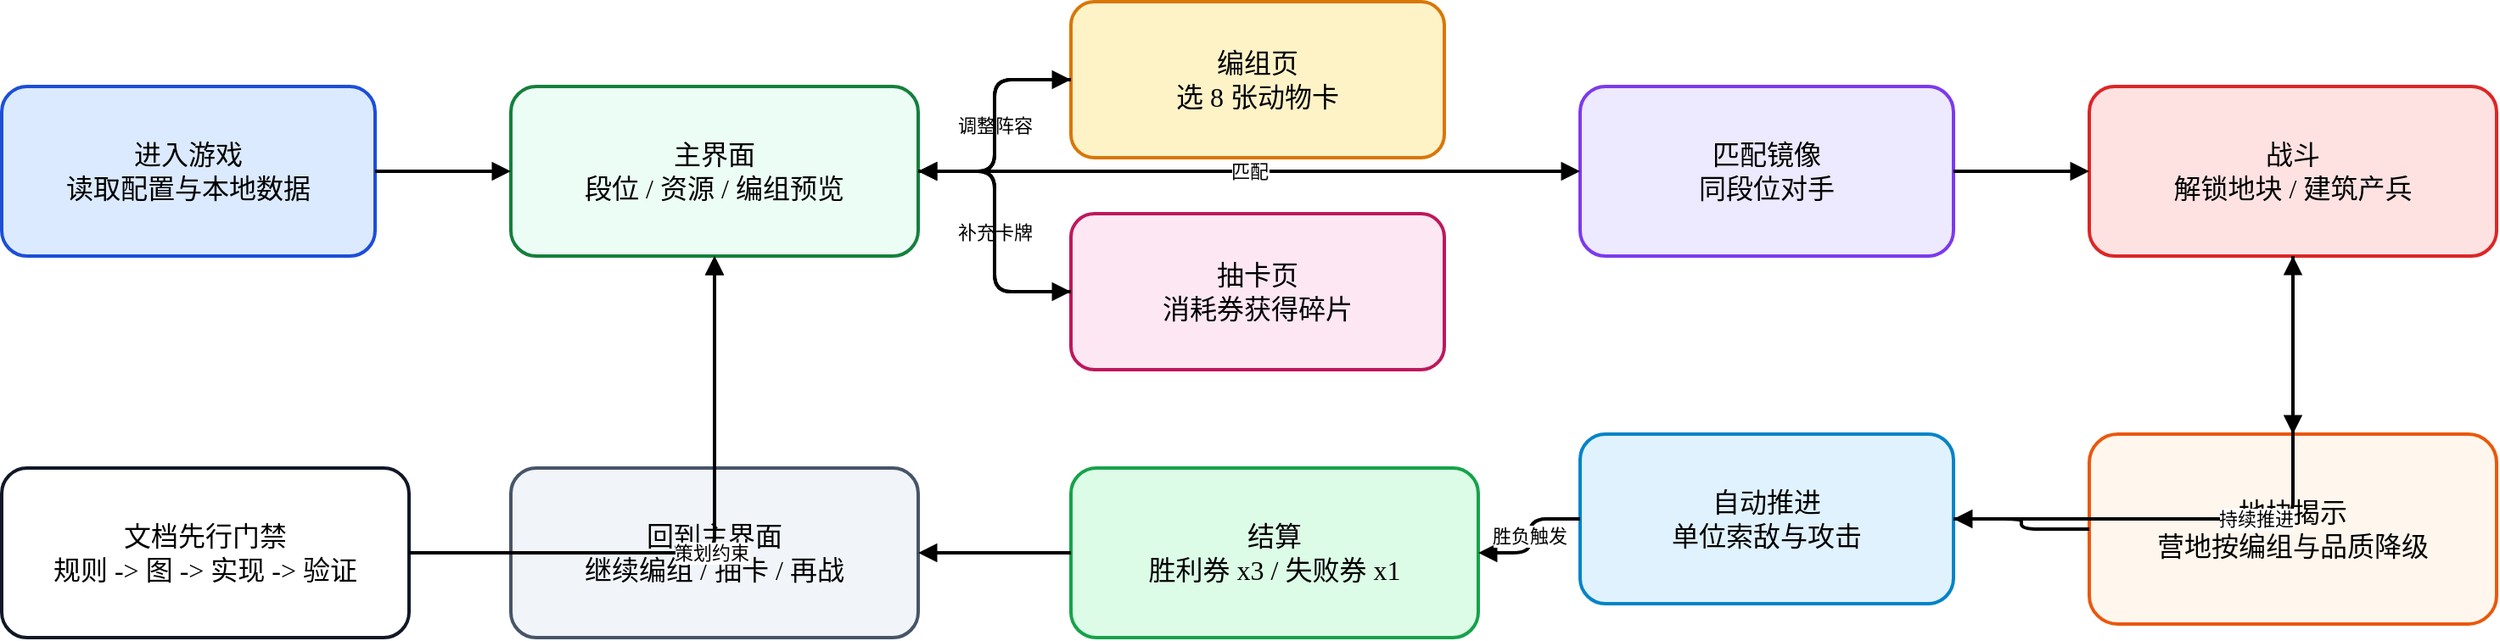
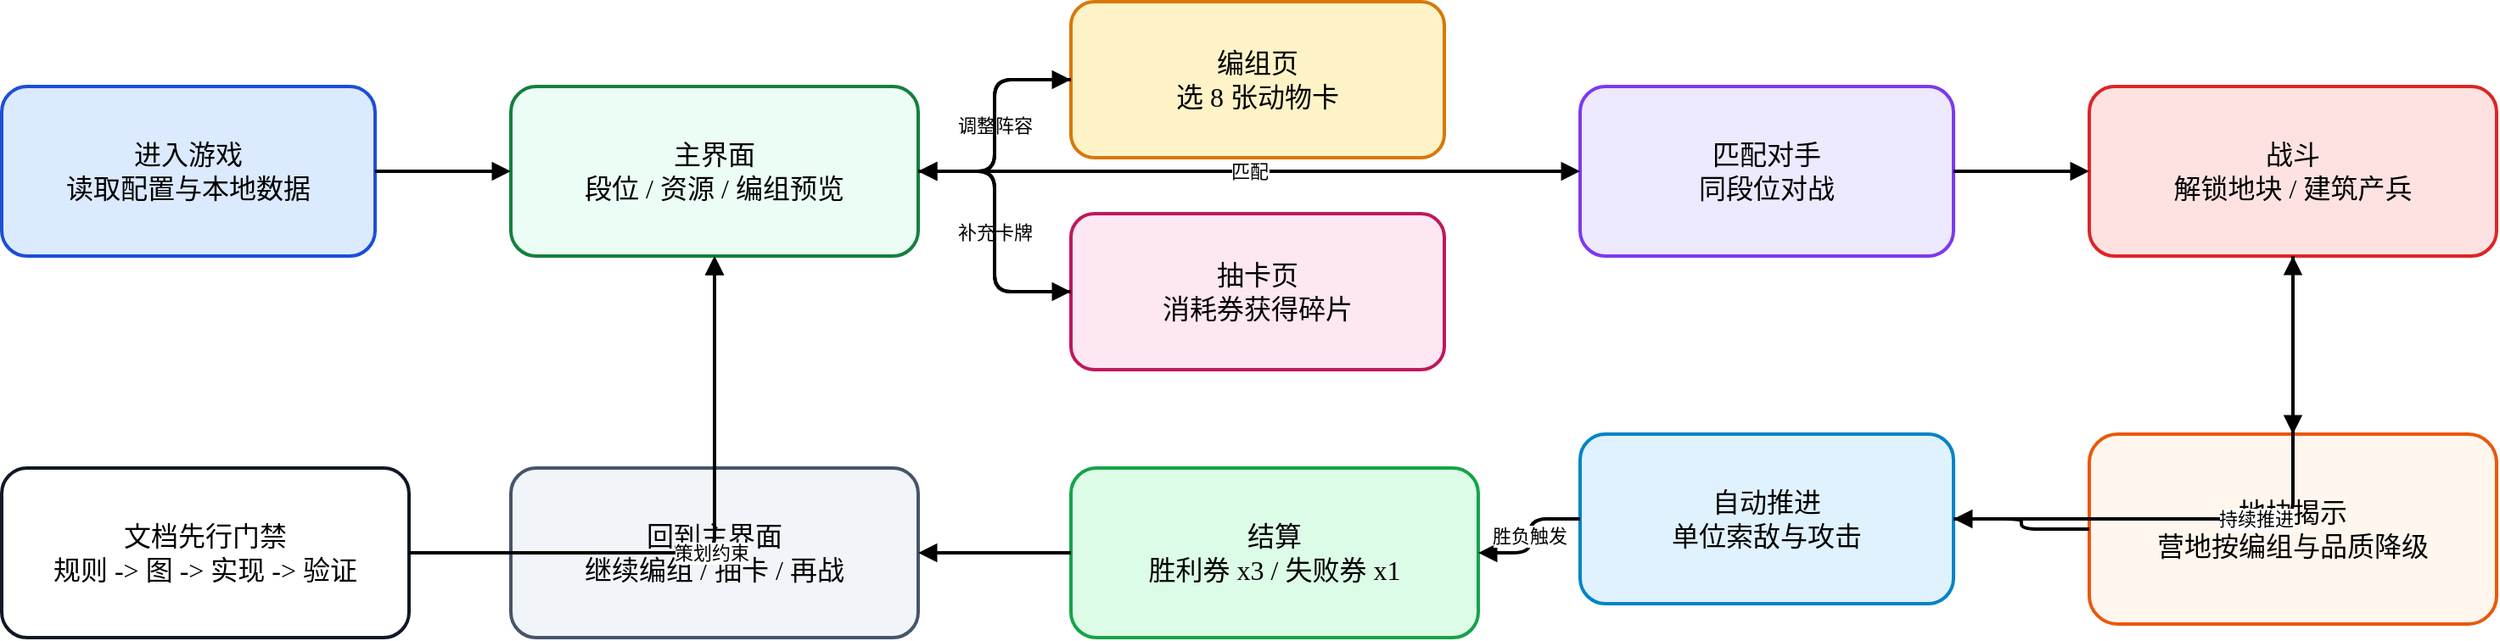
<?xml version='1.0' encoding='utf-8'?>
- <mxfile host="app.diagrams.net" type="device"><diagram name="当前玩法流程图"><mxGraphModel dx="1600" dy="960" grid="1" gridSize="10" guides="1" tooltips="1" connect="1" arrows="1" fold="1" page="1" pageScale="1" pageWidth="1600" pageHeight="960" math="0" shadow="0"><root><mxCell id="0" /><mxCell id="1" parent="0" /><mxCell id="start" value="进入游戏&lt;br&gt;读取配置与本地数据" style="rounded=1;whiteSpace=wrap;html=1;fontFamily=Microsoft YaHei;fontSize=16;fillColor=#DBEAFE;strokeColor=#1D4ED8;strokeWidth=2;" vertex="1" parent="1"><mxGeometry x="70" y="110" width="220" height="100" as="geometry" /></mxCell><mxCell id="lobby" value="主界面&lt;br&gt;段位 / 资源 / 编组预览" style="rounded=1;whiteSpace=wrap;html=1;fontFamily=Microsoft YaHei;fontSize=16;fillColor=#ECFDF5;strokeColor=#15803D;strokeWidth=2;" vertex="1" parent="1"><mxGeometry x="370" y="110" width="240" height="100" as="geometry" /></mxCell><mxCell id="deck" value="编组页&lt;br&gt;选 8 张动物卡" style="rounded=1;whiteSpace=wrap;html=1;fontFamily=Microsoft YaHei;fontSize=16;fillColor=#FEF3C7;strokeColor=#D97706;strokeWidth=2;" vertex="1" parent="1"><mxGeometry x="700" y="60" width="220" height="92" as="geometry" /></mxCell><mxCell id="gacha" value="抽卡页&lt;br&gt;消耗券获得碎片" style="rounded=1;whiteSpace=wrap;html=1;fontFamily=Microsoft YaHei;fontSize=16;fillColor=#FCE7F3;strokeColor=#BE185D;strokeWidth=2;" vertex="1" parent="1"><mxGeometry x="700" y="185" width="220" height="92" as="geometry" /></mxCell><mxCell id="match" value="匹配镜像&lt;br&gt;同段位对手" style="rounded=1;whiteSpace=wrap;html=1;fontFamily=Microsoft YaHei;fontSize=16;fillColor=#EDE9FE;strokeColor=#7C3AED;strokeWidth=2;" vertex="1" parent="1"><mxGeometry x="1000" y="110" width="220" height="100" as="geometry" /></mxCell><mxCell id="battle" value="战斗&lt;br&gt;解锁地块 / 建筑产兵" style="rounded=1;whiteSpace=wrap;html=1;fontFamily=Microsoft YaHei;fontSize=16;fillColor=#FEE2E2;strokeColor=#DC2626;strokeWidth=2;" vertex="1" parent="1"><mxGeometry x="1300" y="110" width="240" height="100" as="geometry" /></mxCell><mxCell id="unlock" value="地块揭示&lt;br&gt;营地按编组与品质降级" style="rounded=1;whiteSpace=wrap;html=1;fontFamily=Microsoft YaHei;fontSize=16;fillColor=#FFF7ED;strokeColor=#EA580C;strokeWidth=2;" vertex="1" parent="1"><mxGeometry x="1300" y="315" width="240" height="112" as="geometry" /></mxCell><mxCell id="auto" value="自动推进&lt;br&gt;单位索敌与攻击" style="rounded=1;whiteSpace=wrap;html=1;fontFamily=Microsoft YaHei;fontSize=16;fillColor=#E0F2FE;strokeColor=#0284C7;strokeWidth=2;" vertex="1" parent="1"><mxGeometry x="1000" y="315" width="220" height="100" as="geometry" /></mxCell><mxCell id="result" value="结算&lt;br&gt;胜利券 x3 / 失败券 x1" style="rounded=1;whiteSpace=wrap;html=1;fontFamily=Microsoft YaHei;fontSize=16;fillColor=#DCFCE7;strokeColor=#16A34A;strokeWidth=2;" vertex="1" parent="1"><mxGeometry x="700" y="335" width="240" height="100" as="geometry" /></mxCell><mxCell id="save" value="回到主界面&lt;br&gt;继续编组 / 抽卡 / 再战" style="rounded=1;whiteSpace=wrap;html=1;fontFamily=Microsoft YaHei;fontSize=16;fillColor=#F1F5F9;strokeColor=#475569;strokeWidth=2;" vertex="1" parent="1"><mxGeometry x="370" y="335" width="240" height="100" as="geometry" /></mxCell><mxCell id="doc" value="文档先行门禁&lt;br&gt;规则 -&amp;gt; 图 -&amp;gt; 实现 -&amp;gt; 验证" style="rounded=1;whiteSpace=wrap;html=1;fontFamily=Microsoft YaHei;fontSize=16;fillColor=#FFFFFF;strokeColor=#111827;strokeWidth=2;" vertex="1" parent="1"><mxGeometry x="70" y="335" width="240" height="100" as="geometry" /></mxCell><mxCell id="edge_0" value="" style="edgeStyle=orthogonalEdgeStyle;rounded=1;orthogonalLoop=1;jettySize=auto;html=1;strokeWidth=2;endArrow=block;" edge="1" parent="1" source="start" target="lobby"><mxGeometry relative="1" as="geometry" /></mxCell><mxCell id="edge_1" value="调整阵容" style="edgeStyle=orthogonalEdgeStyle;rounded=1;orthogonalLoop=1;jettySize=auto;html=1;strokeWidth=2;endArrow=block;" edge="1" parent="1" source="lobby" target="deck"><mxGeometry relative="1" as="geometry" /></mxCell><mxCell id="edge_2" value="" style="edgeStyle=orthogonalEdgeStyle;rounded=1;orthogonalLoop=1;jettySize=auto;html=1;strokeWidth=2;endArrow=block;" edge="1" parent="1" source="deck" target="lobby"><mxGeometry relative="1" as="geometry" /></mxCell><mxCell id="edge_3" value="补充卡牌" style="edgeStyle=orthogonalEdgeStyle;rounded=1;orthogonalLoop=1;jettySize=auto;html=1;strokeWidth=2;endArrow=block;" edge="1" parent="1" source="lobby" target="gacha"><mxGeometry relative="1" as="geometry" /></mxCell><mxCell id="edge_4" value="" style="edgeStyle=orthogonalEdgeStyle;rounded=1;orthogonalLoop=1;jettySize=auto;html=1;strokeWidth=2;endArrow=block;" edge="1" parent="1" source="gacha" target="lobby"><mxGeometry relative="1" as="geometry" /></mxCell><mxCell id="edge_5" value="匹配" style="edgeStyle=orthogonalEdgeStyle;rounded=1;orthogonalLoop=1;jettySize=auto;html=1;strokeWidth=2;endArrow=block;" edge="1" parent="1" source="lobby" target="match"><mxGeometry relative="1" as="geometry" /></mxCell><mxCell id="edge_6" value="" style="edgeStyle=orthogonalEdgeStyle;rounded=1;orthogonalLoop=1;jettySize=auto;html=1;strokeWidth=2;endArrow=block;" edge="1" parent="1" source="match" target="battle"><mxGeometry relative="1" as="geometry" /></mxCell><mxCell id="edge_7" value="" style="edgeStyle=orthogonalEdgeStyle;rounded=1;orthogonalLoop=1;jettySize=auto;html=1;strokeWidth=2;endArrow=block;" edge="1" parent="1" source="battle" target="unlock"><mxGeometry relative="1" as="geometry" /></mxCell><mxCell id="edge_8" value="" style="edgeStyle=orthogonalEdgeStyle;rounded=1;orthogonalLoop=1;jettySize=auto;html=1;strokeWidth=2;endArrow=block;" edge="1" parent="1" source="unlock" target="auto"><mxGeometry relative="1" as="geometry" /></mxCell><mxCell id="edge_9" value="持续推进" style="edgeStyle=orthogonalEdgeStyle;rounded=1;orthogonalLoop=1;jettySize=auto;html=1;strokeWidth=2;endArrow=block;" edge="1" parent="1" source="auto" target="battle"><mxGeometry relative="1" as="geometry" /></mxCell><mxCell id="edge_10" value="胜负触发" style="edgeStyle=orthogonalEdgeStyle;rounded=1;orthogonalLoop=1;jettySize=auto;html=1;strokeWidth=2;endArrow=block;" edge="1" parent="1" source="auto" target="result"><mxGeometry relative="1" as="geometry" /></mxCell><mxCell id="edge_11" value="" style="edgeStyle=orthogonalEdgeStyle;rounded=1;orthogonalLoop=1;jettySize=auto;html=1;strokeWidth=2;endArrow=block;" edge="1" parent="1" source="result" target="save"><mxGeometry relative="1" as="geometry" /></mxCell><mxCell id="edge_12" value="" style="edgeStyle=orthogonalEdgeStyle;rounded=1;orthogonalLoop=1;jettySize=auto;html=1;strokeWidth=2;endArrow=block;" edge="1" parent="1" source="save" target="lobby"><mxGeometry relative="1" as="geometry" /></mxCell><mxCell id="edge_13" value="策划约束" style="edgeStyle=orthogonalEdgeStyle;rounded=1;orthogonalLoop=1;jettySize=auto;html=1;strokeWidth=2;endArrow=block;" edge="1" parent="1" source="doc" target="lobby"><mxGeometry relative="1" as="geometry" /></mxCell></root></mxGraphModel></diagram></mxfile>+ <mxfile host="app.diagrams.net" type="device"><diagram name="当前玩法流程图"><mxGraphModel dx="1600" dy="960" grid="1" gridSize="10" guides="1" tooltips="1" connect="1" arrows="1" fold="1" page="1" pageScale="1" pageWidth="1600" pageHeight="960" math="0" shadow="0"><root><mxCell id="0" /><mxCell id="1" parent="0" /><mxCell id="start" value="进入游戏&lt;br&gt;读取配置与本地数据" style="rounded=1;whiteSpace=wrap;html=1;fontFamily=Microsoft YaHei;fontSize=16;fillColor=#DBEAFE;strokeColor=#1D4ED8;strokeWidth=2;" vertex="1" parent="1"><mxGeometry x="70" y="110" width="220" height="100" as="geometry" /></mxCell><mxCell id="lobby" value="主界面&lt;br&gt;段位 / 资源 / 编组预览" style="rounded=1;whiteSpace=wrap;html=1;fontFamily=Microsoft YaHei;fontSize=16;fillColor=#ECFDF5;strokeColor=#15803D;strokeWidth=2;" vertex="1" parent="1"><mxGeometry x="370" y="110" width="240" height="100" as="geometry" /></mxCell><mxCell id="deck" value="编组页&lt;br&gt;选 8 张动物卡" style="rounded=1;whiteSpace=wrap;html=1;fontFamily=Microsoft YaHei;fontSize=16;fillColor=#FEF3C7;strokeColor=#D97706;strokeWidth=2;" vertex="1" parent="1"><mxGeometry x="700" y="60" width="220" height="92" as="geometry" /></mxCell><mxCell id="gacha" value="抽卡页&lt;br&gt;消耗券获得碎片" style="rounded=1;whiteSpace=wrap;html=1;fontFamily=Microsoft YaHei;fontSize=16;fillColor=#FCE7F3;strokeColor=#BE185D;strokeWidth=2;" vertex="1" parent="1"><mxGeometry x="700" y="185" width="220" height="92" as="geometry" /></mxCell><mxCell id="match" value="匹配对手&lt;br&gt;同段位对战" style="rounded=1;whiteSpace=wrap;html=1;fontFamily=Microsoft YaHei;fontSize=16;fillColor=#EDE9FE;strokeColor=#7C3AED;strokeWidth=2;" vertex="1" parent="1"><mxGeometry x="1000" y="110" width="220" height="100" as="geometry" /></mxCell><mxCell id="battle" value="战斗&lt;br&gt;解锁地块 / 建筑产兵" style="rounded=1;whiteSpace=wrap;html=1;fontFamily=Microsoft YaHei;fontSize=16;fillColor=#FEE2E2;strokeColor=#DC2626;strokeWidth=2;" vertex="1" parent="1"><mxGeometry x="1300" y="110" width="240" height="100" as="geometry" /></mxCell><mxCell id="unlock" value="地块揭示&lt;br&gt;营地按编组与品质降级" style="rounded=1;whiteSpace=wrap;html=1;fontFamily=Microsoft YaHei;fontSize=16;fillColor=#FFF7ED;strokeColor=#EA580C;strokeWidth=2;" vertex="1" parent="1"><mxGeometry x="1300" y="315" width="240" height="112" as="geometry" /></mxCell><mxCell id="auto" value="自动推进&lt;br&gt;单位索敌与攻击" style="rounded=1;whiteSpace=wrap;html=1;fontFamily=Microsoft YaHei;fontSize=16;fillColor=#E0F2FE;strokeColor=#0284C7;strokeWidth=2;" vertex="1" parent="1"><mxGeometry x="1000" y="315" width="220" height="100" as="geometry" /></mxCell><mxCell id="result" value="结算&lt;br&gt;胜利券 x3 / 失败券 x1" style="rounded=1;whiteSpace=wrap;html=1;fontFamily=Microsoft YaHei;fontSize=16;fillColor=#DCFCE7;strokeColor=#16A34A;strokeWidth=2;" vertex="1" parent="1"><mxGeometry x="700" y="335" width="240" height="100" as="geometry" /></mxCell><mxCell id="save" value="回到主界面&lt;br&gt;继续编组 / 抽卡 / 再战" style="rounded=1;whiteSpace=wrap;html=1;fontFamily=Microsoft YaHei;fontSize=16;fillColor=#F1F5F9;strokeColor=#475569;strokeWidth=2;" vertex="1" parent="1"><mxGeometry x="370" y="335" width="240" height="100" as="geometry" /></mxCell><mxCell id="doc" value="文档先行门禁&lt;br&gt;规则 -&amp;gt; 图 -&amp;gt; 实现 -&amp;gt; 验证" style="rounded=1;whiteSpace=wrap;html=1;fontFamily=Microsoft YaHei;fontSize=16;fillColor=#FFFFFF;strokeColor=#111827;strokeWidth=2;" vertex="1" parent="1"><mxGeometry x="70" y="335" width="240" height="100" as="geometry" /></mxCell><mxCell id="edge_0" value="" style="edgeStyle=orthogonalEdgeStyle;rounded=1;orthogonalLoop=1;jettySize=auto;html=1;strokeWidth=2;endArrow=block;" edge="1" parent="1" source="start" target="lobby"><mxGeometry relative="1" as="geometry" /></mxCell><mxCell id="edge_1" value="调整阵容" style="edgeStyle=orthogonalEdgeStyle;rounded=1;orthogonalLoop=1;jettySize=auto;html=1;strokeWidth=2;endArrow=block;" edge="1" parent="1" source="lobby" target="deck"><mxGeometry relative="1" as="geometry" /></mxCell><mxCell id="edge_2" value="" style="edgeStyle=orthogonalEdgeStyle;rounded=1;orthogonalLoop=1;jettySize=auto;html=1;strokeWidth=2;endArrow=block;" edge="1" parent="1" source="deck" target="lobby"><mxGeometry relative="1" as="geometry" /></mxCell><mxCell id="edge_3" value="补充卡牌" style="edgeStyle=orthogonalEdgeStyle;rounded=1;orthogonalLoop=1;jettySize=auto;html=1;strokeWidth=2;endArrow=block;" edge="1" parent="1" source="lobby" target="gacha"><mxGeometry relative="1" as="geometry" /></mxCell><mxCell id="edge_4" value="" style="edgeStyle=orthogonalEdgeStyle;rounded=1;orthogonalLoop=1;jettySize=auto;html=1;strokeWidth=2;endArrow=block;" edge="1" parent="1" source="gacha" target="lobby"><mxGeometry relative="1" as="geometry" /></mxCell><mxCell id="edge_5" value="匹配" style="edgeStyle=orthogonalEdgeStyle;rounded=1;orthogonalLoop=1;jettySize=auto;html=1;strokeWidth=2;endArrow=block;" edge="1" parent="1" source="lobby" target="match"><mxGeometry relative="1" as="geometry" /></mxCell><mxCell id="edge_6" value="" style="edgeStyle=orthogonalEdgeStyle;rounded=1;orthogonalLoop=1;jettySize=auto;html=1;strokeWidth=2;endArrow=block;" edge="1" parent="1" source="match" target="battle"><mxGeometry relative="1" as="geometry" /></mxCell><mxCell id="edge_7" value="" style="edgeStyle=orthogonalEdgeStyle;rounded=1;orthogonalLoop=1;jettySize=auto;html=1;strokeWidth=2;endArrow=block;" edge="1" parent="1" source="battle" target="unlock"><mxGeometry relative="1" as="geometry" /></mxCell><mxCell id="edge_8" value="" style="edgeStyle=orthogonalEdgeStyle;rounded=1;orthogonalLoop=1;jettySize=auto;html=1;strokeWidth=2;endArrow=block;" edge="1" parent="1" source="unlock" target="auto"><mxGeometry relative="1" as="geometry" /></mxCell><mxCell id="edge_9" value="持续推进" style="edgeStyle=orthogonalEdgeStyle;rounded=1;orthogonalLoop=1;jettySize=auto;html=1;strokeWidth=2;endArrow=block;" edge="1" parent="1" source="auto" target="battle"><mxGeometry relative="1" as="geometry" /></mxCell><mxCell id="edge_10" value="胜负触发" style="edgeStyle=orthogonalEdgeStyle;rounded=1;orthogonalLoop=1;jettySize=auto;html=1;strokeWidth=2;endArrow=block;" edge="1" parent="1" source="auto" target="result"><mxGeometry relative="1" as="geometry" /></mxCell><mxCell id="edge_11" value="" style="edgeStyle=orthogonalEdgeStyle;rounded=1;orthogonalLoop=1;jettySize=auto;html=1;strokeWidth=2;endArrow=block;" edge="1" parent="1" source="result" target="save"><mxGeometry relative="1" as="geometry" /></mxCell><mxCell id="edge_12" value="" style="edgeStyle=orthogonalEdgeStyle;rounded=1;orthogonalLoop=1;jettySize=auto;html=1;strokeWidth=2;endArrow=block;" edge="1" parent="1" source="save" target="lobby"><mxGeometry relative="1" as="geometry" /></mxCell><mxCell id="edge_13" value="策划约束" style="edgeStyle=orthogonalEdgeStyle;rounded=1;orthogonalLoop=1;jettySize=auto;html=1;strokeWidth=2;endArrow=block;" edge="1" parent="1" source="doc" target="lobby"><mxGeometry relative="1" as="geometry" /></mxCell></root></mxGraphModel></diagram></mxfile>